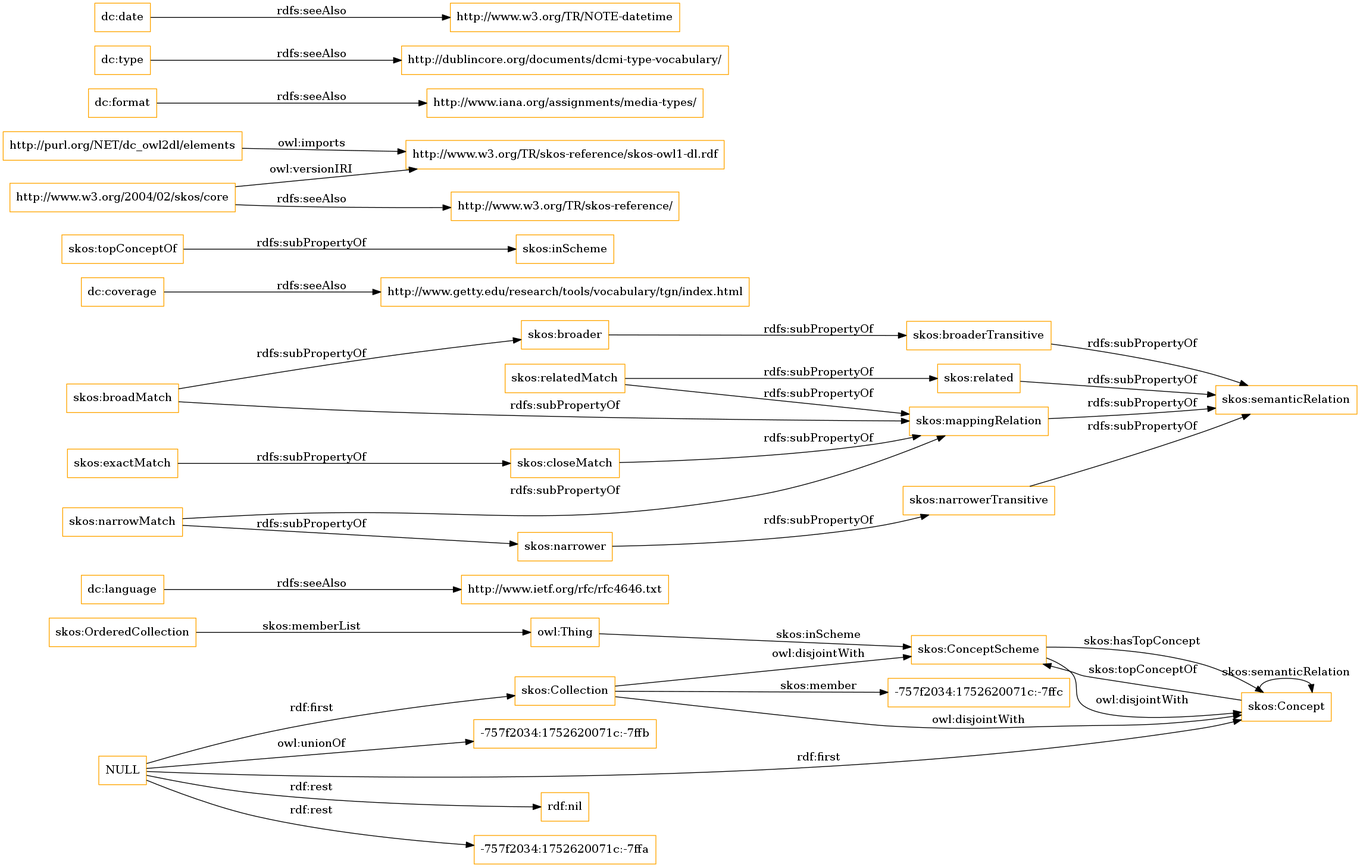
Above: OnToology/imports/elements.owl/diagrams/ar2dtool-class/elements.owl.png in OnToologyUser/core-ontology-1 (Graphviz), before the change. Its source is kept beside it as OnToology/imports/elements.owl/diagrams/ar2dtool-class/elements.owl.png.dot.
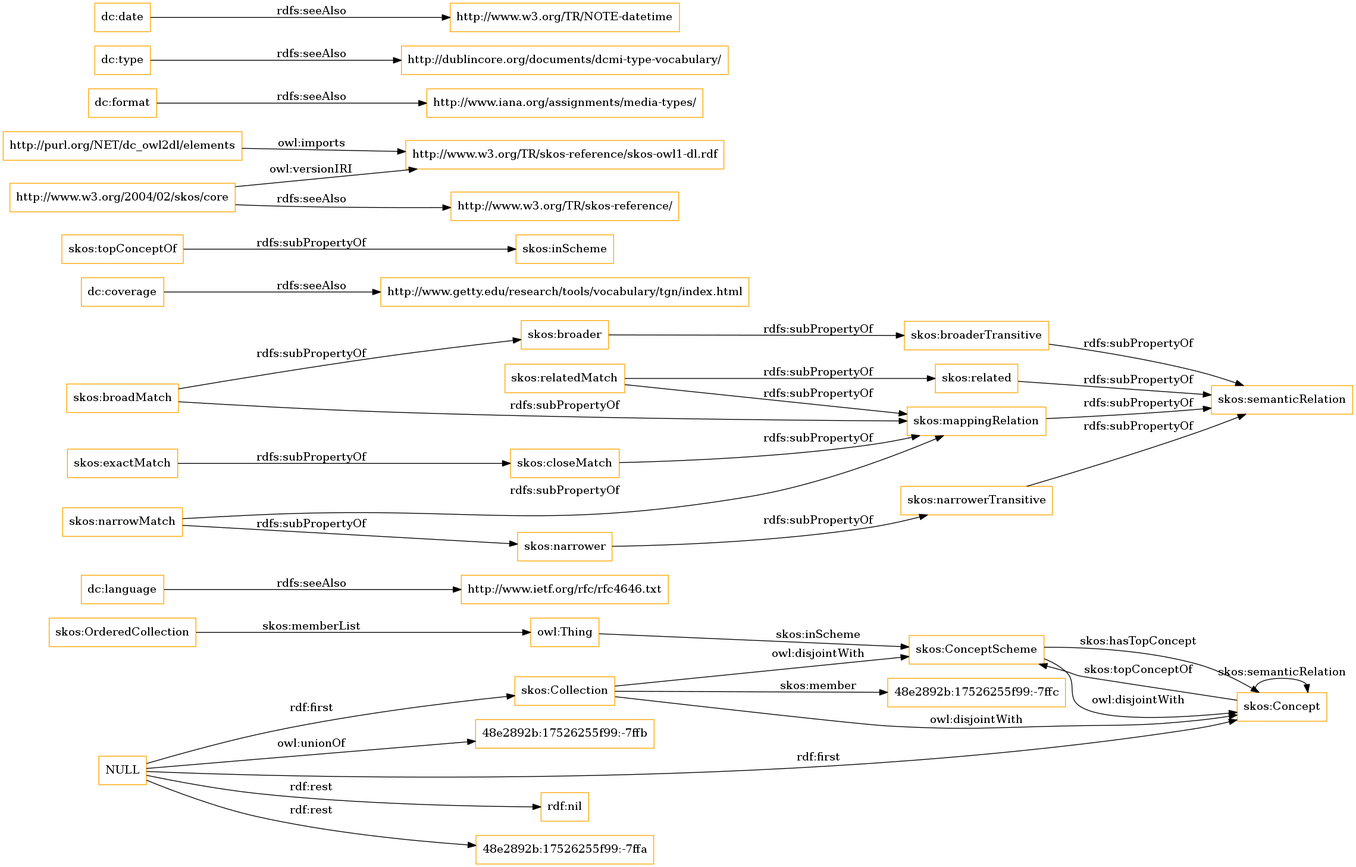
The same diagram one commit later.

What changed in the source:
```diff
@@ -1,13 +1,13 @@
 digraph ar2dtool_diagram {
 rankdir=LR;
 size="1501"
-node [shape = rectangle, color="orange"]; "-757f2034:1752620071c:-7ffc" "skos:OrderedCollection" "skos:Collection" "skos:ConceptScheme" "skos:Concept" ; /*classes style*/
+node [shape = rectangle, color="orange"]; "48e2892b:17526255f99:-7ffc" "skos:OrderedCollection" "skos:Collection" "skos:ConceptScheme" "skos:Concept" ; /*classes style*/
 	"dc:language" -> "http://www.ietf.org/rfc/rfc4646.txt" [ label = "rdfs:seeAlso" ];
 	"NULL" -> "rdf:nil" [ label = "rdf:rest" ];
 	"NULL" -> "skos:Collection" [ label = "rdf:first" ];
-	"NULL" -> "-757f2034:1752620071c:-7ffa" [ label = "rdf:rest" ];
+	"NULL" -> "48e2892b:17526255f99:-7ffa" [ label = "rdf:rest" ];
 	"NULL" -> "skos:Concept" [ label = "rdf:first" ];
-	"NULL" -> "-757f2034:1752620071c:-7ffb" [ label = "owl:unionOf" ];
+	"NULL" -> "48e2892b:17526255f99:-7ffb" [ label = "owl:unionOf" ];
 	"skos:closeMatch" -> "skos:mappingRelation" [ label = "rdfs:subPropertyOf" ];
 	"dc:coverage" -> "http://www.getty.edu/research/tools/vocabulary/tgn/index.html" [ label = "rdfs:seeAlso" ];
 	"skos:relatedMatch" -> "skos:related" [ label = "rdfs:subPropertyOf" ];
@@ -36,7 +36,7 @@
 	"skos:OrderedCollection" -> "owl:Thing" [ label = "skos:memberList" ];
 	"skos:Concept" -> "skos:ConceptScheme" [ label = "skos:topConceptOf" ];
 	"skos:Concept" -> "skos:Concept" [ label = "skos:semanticRelation" ];
-	"skos:Collection" -> "-757f2034:1752620071c:-7ffc" [ label = "skos:member" ];
+	"skos:Collection" -> "48e2892b:17526255f99:-7ffc" [ label = "skos:member" ];
 	"skos:ConceptScheme" -> "skos:Concept" [ label = "skos:hasTopConcept" ];
 	"owl:Thing" -> "skos:ConceptScheme" [ label = "skos:inScheme" ];
 
```
